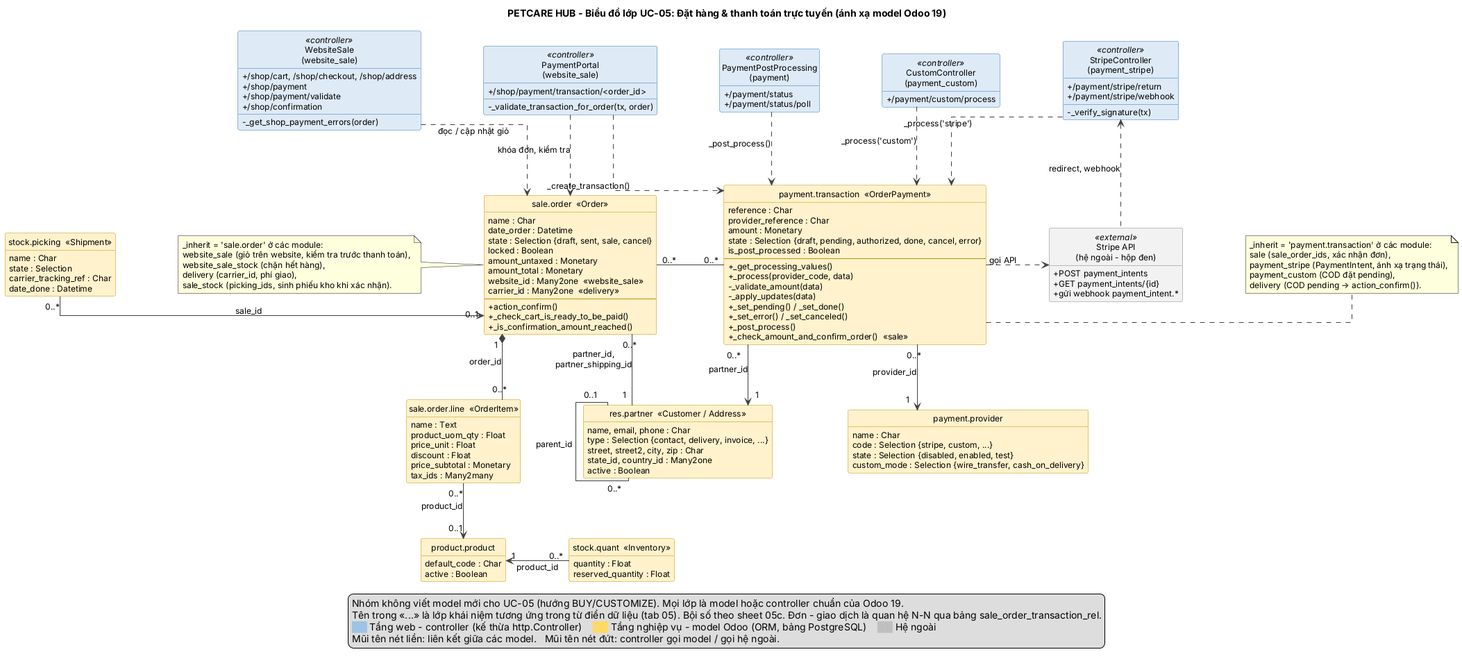
24521757-creator/petcare-hub keeps this PlantUML diagram as diagrams/UC05/class_UC05.png. Above is the earlier version. Source of this version:
```plantuml
@startuml class_UC05
title PETCARE HUB - Biểu đồ lớp UC-05: Đặt hàng & thanh toán trực tuyến (ánh xạ model Odoo 19)

skinparam shadowing false
skinparam defaultFontName Arial
skinparam defaultFontSize 12
skinparam ArrowColor #404040
skinparam classAttributeIconSize 0
skinparam linetype ortho
skinparam nodesep 90
skinparam ranksep 80
skinparam class {
  BackgroundColor #FFF2CC
  BorderColor #BF9000
  BackgroundColor<<controller>> #DEEAF6
  BorderColor<<controller>> #2E75B6
  BackgroundColor<<external>> #F2F2F2
  BorderColor<<external>> #7F7F7F
}
skinparam package {
  BorderColor #7F7F7F
  FontStyle bold
}
hide empty members
hide circle

  class "WebsiteSale\n(website_sale)" as WebsiteSale <<controller>> {
    + /shop/cart, /shop/checkout, /shop/address
    + /shop/payment
    + /shop/payment/validate
    + /shop/confirmation
    - _get_shop_payment_errors(order)
  }
  class "PaymentPortal\n(website_sale)" as PaymentPortal <<controller>> {
    + /shop/payment/transaction/<order_id>
    - _validate_transaction_for_order(tx, order)
  }
  class "PaymentPostProcessing\n(payment)" as PaymentPostProcessing <<controller>> {
    + /payment/status
    + /payment/status/poll
  }
  class "CustomController\n(payment_custom)" as CustomController <<controller>> {
    + /payment/custom/process
  }
  class "StripeController\n(payment_stripe)" as StripeController <<controller>> {
    + /payment/stripe/return
    + /payment/stripe/webhook
    - _verify_signature(tx)
  }

  class "sale.order  «Order»" as SaleOrder {
    name : Char
    date_order : Datetime
    state : Selection {draft, sent, sale, cancel}
    locked : Boolean
    amount_untaxed : Monetary
    amount_total : Monetary
    website_id : Many2one  «website_sale»
    carrier_id : Many2one  «delivery»
    --
    + action_confirm()
    + _check_cart_is_ready_to_be_paid()
    + _is_confirmation_amount_reached()
  }
  class "sale.order.line  «OrderItem»" as SaleOrderLine {
    name : Text
    product_uom_qty : Float
    price_unit : Float
    discount : Float
    price_subtotal : Monetary
    tax_ids : Many2many
  }
  class "res.partner  «Customer / Address»" as ResPartner {
    name, email, phone : Char
    type : Selection {contact, delivery, invoice, ...}
    street, street2, city, zip : Char
    state_id, country_id : Many2one
    active : Boolean
  }
  class "payment.transaction  «OrderPayment»" as PaymentTransaction {
    reference : Char
    provider_reference : Char
    amount : Monetary
    state : Selection {draft, pending, authorized, done, cancel, error}
    is_post_processed : Boolean
    --
    + _get_processing_values()
    + _process(provider_code, data)
    - _validate_amount(data)
    - _apply_updates(data)
    + _set_pending() / _set_done()
    + _set_error() / _set_canceled()
    + _post_process()
    + _check_amount_and_confirm_order()  «sale»
  }
  class "payment.provider" as PaymentProvider {
    name : Char
    code : Selection {stripe, custom, ...}
    state : Selection {disabled, enabled, test}
    custom_mode : Selection {wire_transfer, cash_on_delivery}
  }
  class "product.product" as ProductProduct {
    default_code : Char
    active : Boolean
  }
  class "stock.quant  «Inventory»" as StockQuant {
    quantity : Float
    reserved_quantity : Float
  }
  class "stock.picking  «Shipment»" as StockPicking {
    name : Char
    state : Selection
    carrier_tracking_ref : Char
    date_done : Datetime
  }

class "Stripe API\n(hệ ngoài - hộp đen)" as Stripe <<external>> {
  + POST payment_intents
  + GET payment_intents/{id}
  + gửi webhook payment_intent.*
}

WebsiteSale .down.> SaleOrder : đọc / cập nhật giỏ
PaymentPortal .down.> SaleOrder : khóa đơn, kiểm tra
PaymentPortal .down.> PaymentTransaction : _create_transaction()
PaymentPostProcessing .down.> PaymentTransaction : _post_process()
CustomController .down.> PaymentTransaction : _process('custom')
StripeController .down.> PaymentTransaction : _process('stripe')
PaymentTransaction .right.> Stripe : gọi API
Stripe .up.> StripeController : redirect, webhook

SaleOrder "0..*" -right- "0..*" PaymentTransaction
StockPicking "0..*" -right-> "0..1" SaleOrder : sale_id
SaleOrder "1" *-down- "0..*" SaleOrderLine : order_id
SaleOrderLine "0..*" -down-> "0..1" ProductProduct : product_id
StockQuant "0..*" -left-> "1" ProductProduct : product_id
ResPartner "1" -up- "0..*" SaleOrder : partner_id,\npartner_shipping_id
ResPartner "0..1" -- "0..*" ResPartner : parent_id
PaymentTransaction "0..*" -down-> "1" ResPartner : partner_id
PaymentTransaction "0..*" -down-> "1" PaymentProvider : provider_id

note left of SaleOrder
  _inherit = 'sale.order' ở các module:
  website_sale (giỏ trên website, kiểm tra trước thanh toán),
  website_sale_stock (chặn hết hàng),
  delivery (carrier_id, phí giao),
  sale_stock (picking_ids, sinh phiếu kho khi xác nhận).
end note

note right of PaymentTransaction
  _inherit = 'payment.transaction' ở các module:
  sale (sale_order_ids, xác nhận đơn),
  payment_stripe (PaymentIntent, ánh xạ trạng thái),
  payment_custom (COD đặt pending),
  delivery (COD pending → action_confirm()).
end note

legend bottom
  Nhóm không viết model mới cho UC-05 (hướng BUY/CUSTOMIZE). Mọi lớp là model hoặc controller chuẩn của Odoo 19.
  Tên trong «...» là lớp khái niệm tương ứng trong từ điển dữ liệu (tab 05). Bội số theo sheet 05c. Đơn - giao dịch là quan hệ N-N qua bảng sale_order_transaction_rel.
  <color:#9DC3E6>██</color> Tầng web - controller (kế thừa http.Controller)    <color:#FFD966>██</color> Tầng nghiệp vụ - model Odoo (ORM, bảng PostgreSQL)    <color:#BFBFBF>██</color> Hệ ngoài
  Mũi tên nét liền: liên kết giữa các model.   Mũi tên nét đứt: controller gọi model / gọi hệ ngoài.
endlegend
@enduml
```
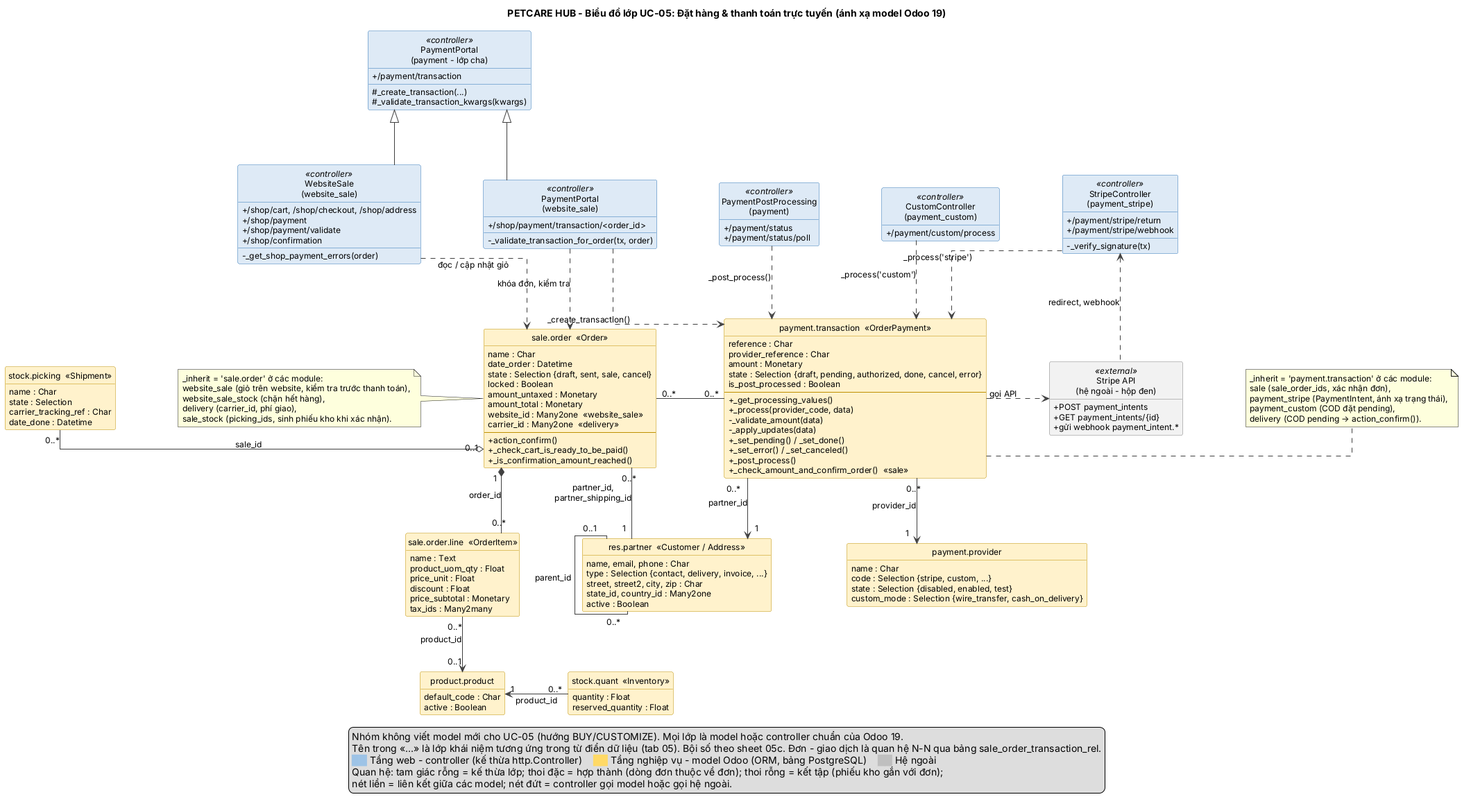
Later version of the same file.

Diff of the diagram source:
```diff
@@ -24,6 +24,11 @@
 hide empty members
 hide circle
 
+  class "PaymentPortal\n(payment - lớp cha)" as BasePortal <<controller>> {
+    + /payment/transaction
+    # _create_transaction(...)
+    # _validate_transaction_kwargs(kwargs)
+  }
   class "WebsiteSale\n(website_sale)" as WebsiteSale <<controller>> {
     + /shop/cart, /shop/checkout, /shop/address
     + /shop/payment
@@ -120,6 +125,9 @@
   + gửi webhook payment_intent.*
 }
 
+BasePortal <|-down- WebsiteSale
+BasePortal <|-down- PaymentPortal
+
 WebsiteSale .down.> SaleOrder : đọc / cập nhật giỏ
 PaymentPortal .down.> SaleOrder : khóa đơn, kiểm tra
 PaymentPortal .down.> PaymentTransaction : _create_transaction()
@@ -130,7 +138,7 @@
 Stripe .up.> StripeController : redirect, webhook
 
 SaleOrder "0..*" -right- "0..*" PaymentTransaction
-StockPicking "0..*" -right-> "0..1" SaleOrder : sale_id
+SaleOrder "0..1" o-left- "0..*" StockPicking : sale_id
 SaleOrder "1" *-down- "0..*" SaleOrderLine : order_id
 SaleOrderLine "0..*" -down-> "0..1" ProductProduct : product_id
 StockQuant "0..*" -left-> "1" ProductProduct : product_id
@@ -159,6 +167,7 @@
   Nhóm không viết model mới cho UC-05 (hướng BUY/CUSTOMIZE). Mọi lớp là model hoặc controller chuẩn của Odoo 19.
   Tên trong «...» là lớp khái niệm tương ứng trong từ điển dữ liệu (tab 05). Bội số theo sheet 05c. Đơn - giao dịch là quan hệ N-N qua bảng sale_order_transaction_rel.
   <color:#9DC3E6>██</color> Tầng web - controller (kế thừa http.Controller)    <color:#FFD966>██</color> Tầng nghiệp vụ - model Odoo (ORM, bảng PostgreSQL)    <color:#BFBFBF>██</color> Hệ ngoài
-  Mũi tên nét liền: liên kết giữa các model.   Mũi tên nét đứt: controller gọi model / gọi hệ ngoài.
+  Quan hệ: tam giác rỗng = kế thừa lớp; thoi đặc = hợp thành (dòng đơn thuộc về đơn); thoi rỗng = kết tập (phiếu kho gắn với đơn);
+  nét liền = liên kết giữa các model; nét đứt = controller gọi model hoặc gọi hệ ngoài.
 endlegend
 @enduml
```
